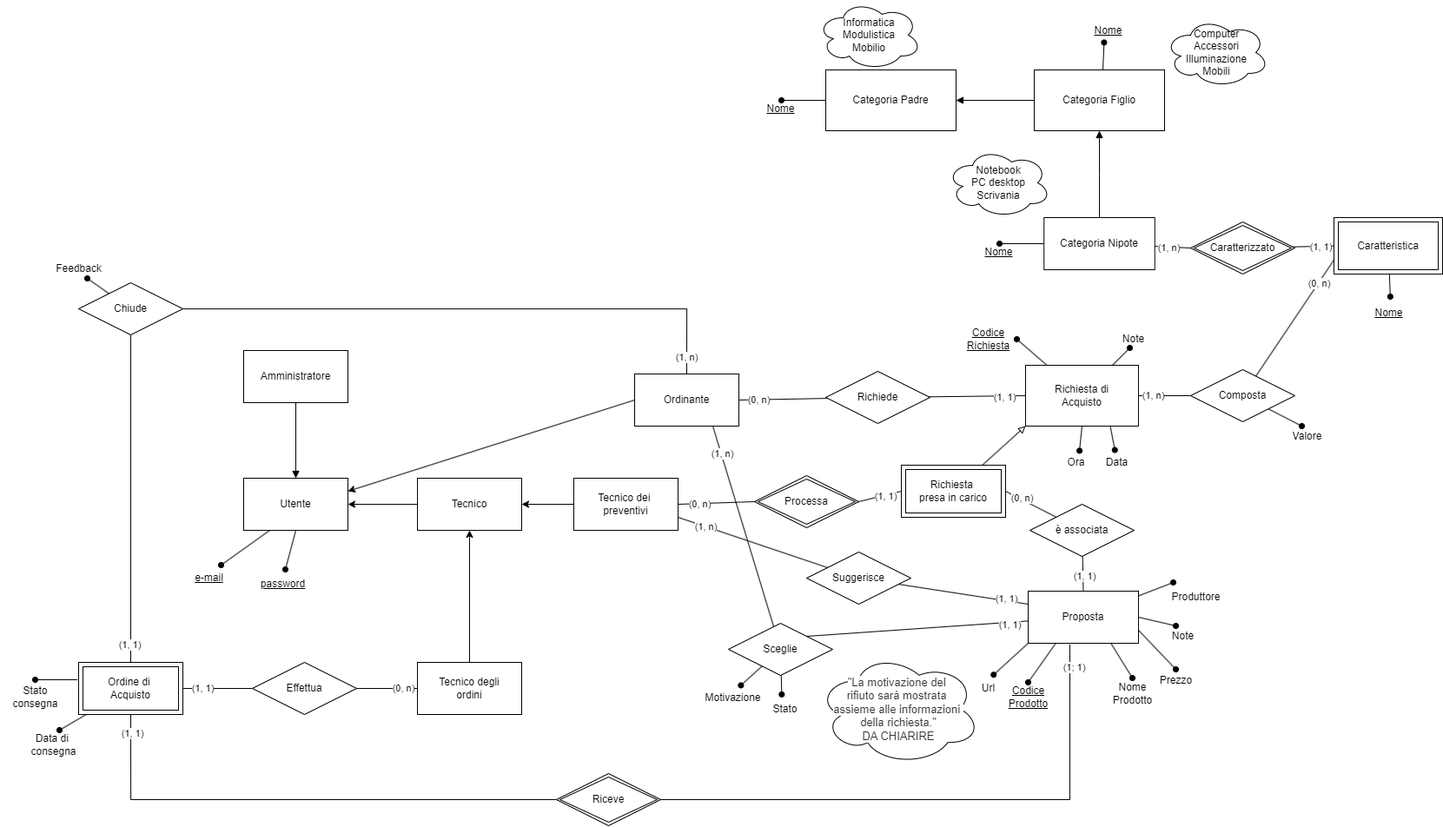
Mik1810/web_engineering keeps this draw.io diagram as docs/ER_WE.drawio.png. Above is the earlier version. Source tidied: cells renumbered, new cells last; positions are measured from the earlier drawing's top-left corner, leaving out a move shared by most shapes.
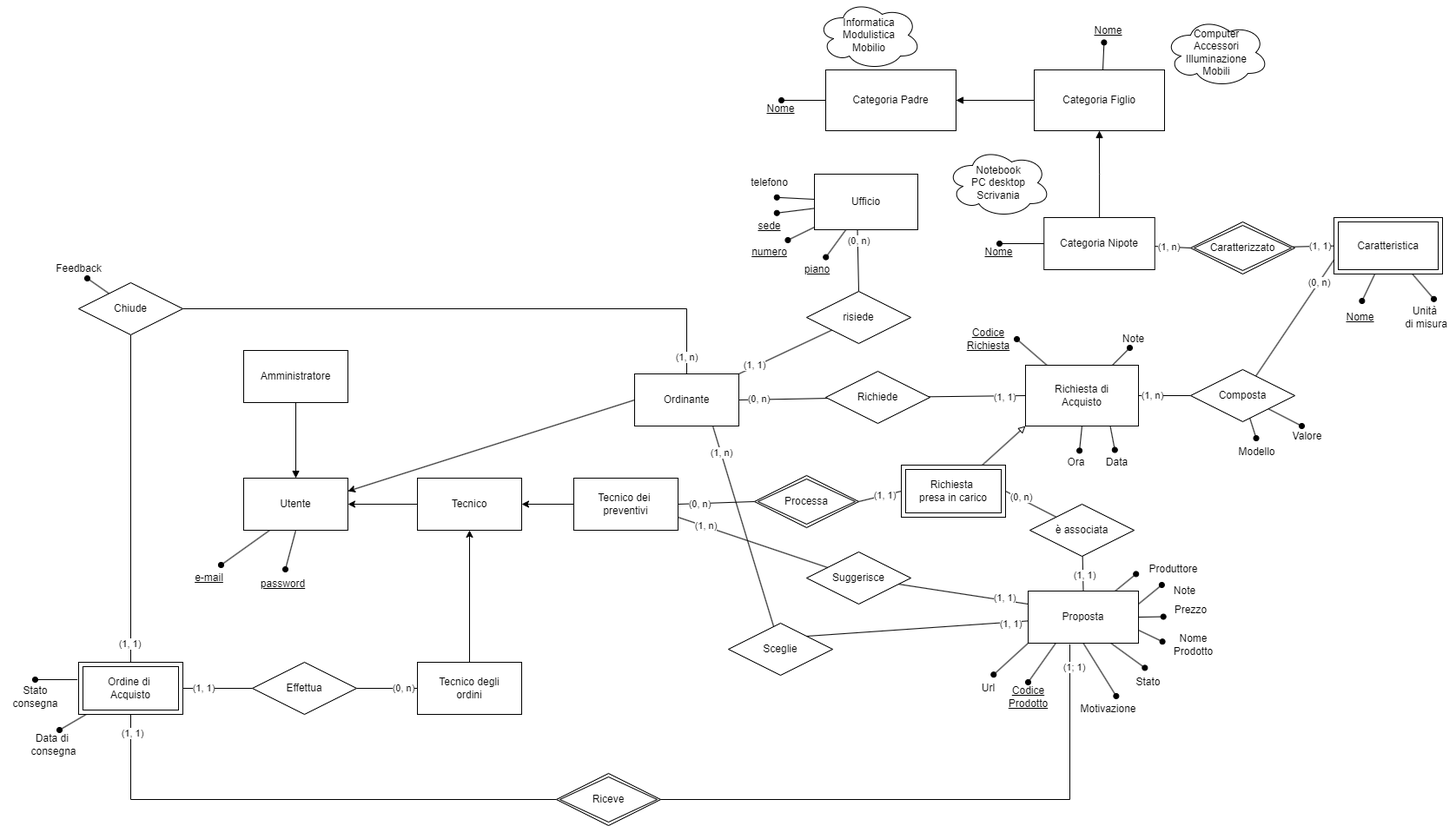
The same diagram one commit later.

Commit message:
Updated ER and ERR diagram

Diff of the diagram source:
```diff
@@ -69,7 +69,7 @@
       <mxGeometry x="1535" y="250" width="125" height="65" as="geometry" />
     </mxCell>
     <mxCell id="22" value="&lt;u&gt;Nome&lt;/u&gt;" style="text;html=1;align=center;verticalAlign=middle;points=[];strokeColor=none;fillColor=none;" parent="1" vertex="1">
-      <mxGeometry x="1567.5" y="345" width="60" height="30" as="geometry" />
+      <mxGeometry x="1535" y="350" width="60" height="30" as="geometry" />
     </mxCell>
     <mxCell id="23" style="rounded=0;jettySize=auto;html=1;entryX=0;entryY=0.75;entryDx=0;entryDy=0;endArrow=none;endFill=0;" parent="1" edge="1" source="26" target="21">
       <mxGeometry relative="1" as="geometry" />
@@ -84,16 +84,17 @@
         <mxPoint x="1498" y="490" as="targetPoint" />
       </mxGeometry>
     </mxCell>
+    <mxCell id="123" style="rounded=0;jettySize=auto;html=1;entryX=0.493;entryY=-0.032;entryDx=0;entryDy=0;entryPerimeter=0;endArrow=oval;endFill=1;" parent="1" edge="1" source="26" target="124">
+      <mxGeometry relative="1" as="geometry" />
+    </mxCell>
     <mxCell id="26" value="Composta" style="shape=rhombus;perimeter=rhombusPerimeter;whiteSpace=wrap;html=1;align=center;" parent="1" vertex="1">
       <mxGeometry x="1370" y="425" width="120" height="60" as="geometry" />
     </mxCell>
     <mxCell id="27" value="Note" style="text;html=1;align=center;verticalAlign=middle;strokeColor=none;fillColor=none;" parent="1" vertex="1">
       <mxGeometry x="1278.8" y="375" width="50" height="30" as="geometry" />
     </mxCell>
-    <mxCell id="28" style="rounded=0;jettySize=auto;html=1;endArrow=oval;endFill=1;" parent="1" edge="1" source="31">
-      <mxGeometry relative="1" as="geometry">
-        <mxPoint x="1350" y="670" as="targetPoint" />
-      </mxGeometry>
+    <mxCell id="28" style="rounded=0;jettySize=auto;html=1;endArrow=oval;endFill=1;entryX=-0.035;entryY=0.68;entryDx=0;entryDy=0;entryPerimeter=0;" parent="1" edge="1" source="31" target="32">
+      <mxGeometry relative="1" as="geometry" />
     </mxCell>
     <mxCell id="29" style="rounded=0;jettySize=auto;html=1;entryX=1;entryY=0;entryDx=0;entryDy=0;endArrow=none;endFill=0;" parent="1" edge="1" source="31" target="83">
       <mxGeometry relative="1" as="geometry" />
@@ -105,15 +106,13 @@
       <mxGeometry x="1183" y="680" width="127" height="60" as="geometry" />
     </mxCell>
     <mxCell id="32" value="Produttore" style="text;html=1;align=center;verticalAlign=middle;points=[];strokeColor=none;fillColor=none;" parent="1" vertex="1">
-      <mxGeometry x="1336" y="672" width="80" height="30" as="geometry" />
+      <mxGeometry x="1310" y="640" width="80" height="30" as="geometry" />
     </mxCell>
-    <mxCell id="33" style="rounded=0;jettySize=auto;html=1;endArrow=oval;endFill=1;exitX=0.75;exitY=1;exitDx=0;exitDy=0;" parent="1" edge="1" source="31">
-      <mxGeometry relative="1" as="geometry">
-        <mxPoint x="1303" y="780" as="targetPoint" />
-      </mxGeometry>
+    <mxCell id="33" style="rounded=0;jettySize=auto;html=1;endArrow=oval;endFill=1;exitX=1;exitY=0.75;exitDx=0;exitDy=0;entryX=-0.006;entryY=0.405;entryDx=0;entryDy=0;entryPerimeter=0;" parent="1" edge="1" source="31" target="34">
+      <mxGeometry relative="1" as="geometry" />
     </mxCell>
     <mxCell id="34" value="Nome &lt;br&gt;Prodotto" style="text;html=1;align=center;verticalAlign=middle;points=[];strokeColor=none;fillColor=none;" parent="1" vertex="1">
-      <mxGeometry x="1268" y="778" width="70" height="40" as="geometry" />
+      <mxGeometry x="1338" y="722" width="70" height="40" as="geometry" />
     </mxCell>
     <mxCell id="35" style="rounded=0;jettySize=auto;html=1;endArrow=oval;endFill=1;exitX=0.25;exitY=1;exitDx=0;exitDy=0;" parent="1" edge="1" source="31">
       <mxGeometry relative="1" as="geometry">
@@ -123,13 +122,11 @@
     <mxCell id="36" value="&lt;u&gt;Codice&lt;br&gt;Prodotto&lt;/u&gt;" style="text;html=1;align=center;verticalAlign=middle;strokeColor=none;fillColor=none;" parent="1" vertex="1">
       <mxGeometry x="1148" y="782" width="70" height="40" as="geometry" />
     </mxCell>
-    <mxCell id="37" style="rounded=0;jettySize=auto;html=1;endArrow=oval;endFill=1;exitX=1;exitY=0.75;exitDx=0;exitDy=0;" parent="1" edge="1" source="31">
-      <mxGeometry relative="1" as="geometry">
-        <mxPoint x="1353" y="770" as="targetPoint" />
-      </mxGeometry>
+    <mxCell id="37" style="rounded=0;jettySize=auto;html=1;endArrow=oval;endFill=1;exitX=1;exitY=0.5;exitDx=0;exitDy=0;entryX=-0.022;entryY=0.751;entryDx=0;entryDy=0;entryPerimeter=0;" parent="1" edge="1" source="31" target="38">
+      <mxGeometry relative="1" as="geometry" />
     </mxCell>
     <mxCell id="38" value="Prezzo" style="text;html=1;align=center;verticalAlign=middle;points=[];strokeColor=none;fillColor=none;" parent="1" vertex="1">
-      <mxGeometry x="1323" y="768" width="60" height="30" as="geometry" />
+      <mxGeometry x="1340" y="687" width="60" height="30" as="geometry" />
     </mxCell>
     <mxCell id="39" style="rounded=0;jettySize=auto;html=1;endArrow=oval;endFill=1;exitX=0;exitY=1;exitDx=0;exitDy=0;entryX=0.657;entryY=-0.026;entryDx=0;entryDy=0;entryPerimeter=0;" parent="1" edge="1" source="31" target="40">
       <mxGeometry relative="1" as="geometry" />
@@ -137,13 +134,11 @@
     <mxCell id="40" value="Url" style="text;html=1;align=center;verticalAlign=middle;points=[];strokeColor=none;fillColor=none;" parent="1" vertex="1">
       <mxGeometry x="1117" y="777" width="40" height="30" as="geometry" />
     </mxCell>
-    <mxCell id="41" style="rounded=0;jettySize=auto;html=1;endArrow=oval;endFill=1;exitX=1;exitY=0.5;exitDx=0;exitDy=0;" parent="1" edge="1" source="31">
-      <mxGeometry relative="1" as="geometry">
-        <mxPoint x="1353" y="720" as="targetPoint" />
-      </mxGeometry>
+    <mxCell id="41" style="rounded=0;jettySize=auto;html=1;endArrow=oval;endFill=1;exitX=1;exitY=0.25;exitDx=0;exitDy=0;entryX=-0.023;entryY=0.266;entryDx=0;entryDy=0;entryPerimeter=0;" parent="1" edge="1" source="31" target="42">
+      <mxGeometry relative="1" as="geometry" />
     </mxCell>
     <mxCell id="42" value="Note" style="text;html=1;align=center;verticalAlign=middle;points=[];strokeColor=none;fillColor=none;" parent="1" vertex="1">
-      <mxGeometry x="1336" y="717" width="50" height="30" as="geometry" />
+      <mxGeometry x="1338" y="665" width="50" height="30" as="geometry" />
     </mxCell>
     <mxCell id="43" style="rounded=0;jettySize=auto;html=1;entryX=1;entryY=0.5;entryDx=0;entryDy=0;endArrow=none;endFill=0;" parent="1" edge="1" source="47" target="74">
       <mxGeometry relative="1" as="geometry" />
@@ -261,24 +256,21 @@
     <mxCell id="80" value="(1, n)" style="edgeLabel;html=1;align=center;verticalAlign=middle;" parent="79" vertex="1">
       <mxGeometry x="0.74" relative="1" as="geometry" />
     </mxCell>
-    <mxCell id="81" style="rounded=0;jettySize=auto;html=1;endArrow=oval;endFill=1;entryX=0.427;entryY=-0.053;entryDx=0;entryDy=0;entryPerimeter=0;" parent="1" edge="1" source="83" target="84">
+    <mxCell id="81" style="rounded=0;jettySize=auto;html=1;endArrow=oval;endFill=1;entryX=0.427;entryY=-0.053;entryDx=0;entryDy=0;entryPerimeter=0;exitX=0.75;exitY=1;exitDx=0;exitDy=0;" parent="1" edge="1" source="31" target="84">
       <mxGeometry relative="1" as="geometry" />
     </mxCell>
-    <mxCell id="82" style="rounded=0;jettySize=auto;html=1;endArrow=oval;endFill=1;entryX=0.604;entryY=0.015;entryDx=0;entryDy=0;entryPerimeter=0;" parent="1" edge="1" source="83" target="85">
+    <mxCell id="82" style="rounded=0;jettySize=auto;html=1;endArrow=oval;endFill=1;entryX=0.604;entryY=0.015;entryDx=0;entryDy=0;entryPerimeter=0;exitX=0.5;exitY=1;exitDx=0;exitDy=0;" parent="1" edge="1" source="31" target="85">
       <mxGeometry relative="1" as="geometry" />
     </mxCell>
     <mxCell id="83" value="Sceglie" style="shape=rhombus;perimeter=rhombusPerimeter;whiteSpace=wrap;html=1;align=center;" parent="1" vertex="1">
       <mxGeometry x="838" y="717" width="120" height="60" as="geometry" />
     </mxCell>
     <mxCell id="84" value="Stato" style="text;html=1;align=center;verticalAlign=middle;points=[];strokeColor=none;fillColor=none;" parent="1" vertex="1">
-      <mxGeometry x="878" y="800.5" width="50" height="30" as="geometry" />
+      <mxGeometry x="1296" y="770" width="50" height="30" as="geometry" />
     </mxCell>
     <mxCell id="85" value="Motivazione" style="text;html=1;align=center;verticalAlign=middle;points=[];strokeColor=none;fillColor=none;" parent="1" vertex="1">
-      <mxGeometry x="798" y="788" width="90" height="30" as="geometry" />
+      <mxGeometry x="1230" y="800.5" width="90" height="30" as="geometry" />
     </mxCell>
-    <mxCell id="86" value="&lt;span style=&quot;color: rgb(51, 51, 51); font-family: &amp;quot;Helvetica Neue&amp;quot;, Helvetica, &amp;quot;Segoe UI&amp;quot;, Arial, freesans, sans-serif; text-align: left; background-color: rgb(255, 255, 255); font-size: 13px;&quot;&gt;&lt;font style=&quot;font-size: 13px;&quot;&gt;&quot;La motivazione del&amp;nbsp;&lt;/font&gt;&lt;/span&gt;&lt;div&gt;&lt;span style=&quot;color: rgb(51, 51, 51); font-family: &amp;quot;Helvetica Neue&amp;quot;, Helvetica, &amp;quot;Segoe UI&amp;quot;, Arial, freesans, sans-serif; text-align: left; background-color: rgb(255, 255, 255); font-size: 13px;&quot;&gt;&lt;font style=&quot;font-size: 13px;&quot;&gt;rifiuto&amp;nbsp;&lt;/font&gt;&lt;/span&gt;&lt;span style=&quot;font-size: 13px; background-color: rgb(255, 255, 255); color: rgb(51, 51, 51); font-family: &amp;quot;Helvetica Neue&amp;quot;, Helvetica, &amp;quot;Segoe UI&amp;quot;, Arial, freesans, sans-serif; text-align: left;&quot;&gt;sarà mostrata&amp;nbsp;&lt;/span&gt;&lt;/div&gt;&lt;div&gt;&lt;span style=&quot;font-size: 13px; background-color: rgb(255, 255, 255); color: rgb(51, 51, 51); font-family: &amp;quot;Helvetica Neue&amp;quot;, Helvetica, &amp;quot;Segoe UI&amp;quot;, Arial, freesans, sans-serif; text-align: left;&quot;&gt;assieme&amp;nbsp;&lt;/span&gt;&lt;span style=&quot;font-size: 13px; background-color: rgb(255, 255, 255); color: rgb(51, 51, 51); font-family: &amp;quot;Helvetica Neue&amp;quot;, Helvetica, &amp;quot;Segoe UI&amp;quot;, Arial, freesans, sans-serif; text-align: left;&quot;&gt;alle informazioni&amp;nbsp;&lt;/span&gt;&lt;div style=&quot;font-size: 13px;&quot;&gt;&lt;span style=&quot;color: rgb(51, 51, 51); font-family: &amp;quot;Helvetica Neue&amp;quot;, Helvetica, &amp;quot;Segoe UI&amp;quot;, Arial, freesans, sans-serif; text-align: left; background-color: rgb(255, 255, 255);&quot;&gt;&lt;font style=&quot;font-size: 13px;&quot;&gt;della richiesta.&quot;&lt;br&gt;DA CHIARIRE&lt;/font&gt;&lt;/span&gt;&lt;/div&gt;&lt;/div&gt;" style="ellipse;shape=cloud;whiteSpace=wrap;html=1;" parent="1" vertex="1">
-      <mxGeometry x="940" y="751" width="188" height="129" as="geometry" />
-    </mxCell>
     <mxCell id="87" value="Tecnico dei&amp;nbsp;&lt;div&gt;preventivi&lt;/div&gt;" style="rounded=0;whiteSpace=wrap;html=1;" parent="1" vertex="1">
       <mxGeometry x="660" y="550" width="120" height="60" as="geometry" />
     </mxCell>
@@ -397,5 +389,62 @@
     <mxCell id="122" value="Data di&amp;nbsp;&lt;div&gt;consegna&lt;/div&gt;" style="text;html=1;align=center;verticalAlign=middle;strokeColor=none;fillColor=none;" parent="1" vertex="1">
       <mxGeometry x="21" y="837" width="80" height="40" as="geometry" />
     </mxCell>
+    <mxCell id="124" value="Modello" style="text;html=1;align=center;verticalAlign=middle;points=[];strokeColor=none;fillColor=none;" parent="1" vertex="1">
+      <mxGeometry x="1411" y="505" width="70" height="30" as="geometry" />
+    </mxCell>
+    <mxCell id="125" value="Unità&amp;nbsp;&lt;div&gt;di misura&lt;/div&gt;" style="text;html=1;align=center;verticalAlign=middle;points=[];strokeColor=none;fillColor=none;" parent="1" vertex="1">
+      <mxGeometry x="1606" y="345" width="70" height="40" as="geometry" />
+    </mxCell>
+    <mxCell id="126" style="rounded=0;jettySize=auto;html=1;entryX=0.629;entryY=-0.03;entryDx=0;entryDy=0;entryPerimeter=0;endArrow=oval;endFill=1;" parent="1" edge="1" source="21" target="125">
+      <mxGeometry relative="1" as="geometry" />
+    </mxCell>
+    <mxCell id="127" style="rounded=0;jettySize=auto;html=1;endArrow=oval;endFill=1;entryX=0.625;entryY=1.06;entryDx=0;entryDy=0;entryPerimeter=0;" parent="1" edge="1" source="131" target="132">
+      <mxGeometry relative="1" as="geometry" />
+    </mxCell>
+    <mxCell id="128" style="rounded=0;jettySize=auto;html=1;endArrow=oval;endFill=1;entryX=0.704;entryY=0.02;entryDx=0;entryDy=0;entryPerimeter=0;" parent="1" edge="1" source="131" target="133">
+      <mxGeometry relative="1" as="geometry" />
+    </mxCell>
+    <mxCell id="129" style="rounded=0;jettySize=auto;html=1;endArrow=oval;endFill=1;entryX=0.857;entryY=0.033;entryDx=0;entryDy=0;entryPerimeter=0;" parent="1" edge="1" source="131" target="134">
+      <mxGeometry relative="1" as="geometry" />
+    </mxCell>
+    <mxCell id="130" style="rounded=0;jettySize=auto;html=1;endArrow=oval;endFill=1;entryX=0.675;entryY=-0.008;entryDx=0;entryDy=0;entryPerimeter=0;" parent="1" edge="1" source="131" target="135">
+      <mxGeometry relative="1" as="geometry" />
+    </mxCell>
+    <mxCell id="131" value="Ufficio" style="rounded=0;whiteSpace=wrap;html=1;" parent="1" vertex="1">
+      <mxGeometry x="937" y="200" width="119" height="64" as="geometry" />
+    </mxCell>
+    <mxCell id="132" value="telefono" style="text;html=1;align=center;verticalAlign=middle;points=[];strokeColor=none;fillColor=none;" parent="1" vertex="1">
+      <mxGeometry x="850" y="195" width="70" height="30" as="geometry" />
+    </mxCell>
+    <mxCell id="133" value="&lt;u&gt;piano&lt;/u&gt;" style="text;html=1;align=center;verticalAlign=middle;points=[];strokeColor=none;fillColor=none;" parent="1" vertex="1">
+      <mxGeometry x="915" y="295" width="50" height="30" as="geometry" />
+    </mxCell>
+    <mxCell id="134" value="&lt;u&gt;numero&lt;/u&gt;" style="text;html=1;align=center;verticalAlign=middle;points=[];strokeColor=none;fillColor=none;" parent="1" vertex="1">
+      <mxGeometry x="855" y="275" width="60" height="30" as="geometry" />
+    </mxCell>
+    <mxCell id="135" value="&lt;u&gt;sede&lt;/u&gt;" style="text;html=1;align=center;verticalAlign=middle;points=[];strokeColor=none;fillColor=none;" parent="1" vertex="1">
+      <mxGeometry x="860" y="245" width="50" height="30" as="geometry" />
+    </mxCell>
+    <mxCell id="136" style="rounded=0;jettySize=auto;html=1;entryX=0.5;entryY=1;entryDx=0;entryDy=0;endArrow=none;endFill=0;exitX=0.5;exitY=0;exitDx=0;exitDy=0;" parent="1" edge="1" source="140">
+      <mxGeometry relative="1" as="geometry">
+        <mxPoint x="986.5" y="264" as="targetPoint" />
+      </mxGeometry>
+    </mxCell>
+    <mxCell id="137" value="(0, n)" style="edgeLabel;html=1;align=center;verticalAlign=middle;" parent="136" vertex="1">
+      <mxGeometry x="0.7" relative="1" as="geometry">
+        <mxPoint x="1" y="1" as="offset" />
+      </mxGeometry>
+    </mxCell>
+    <mxCell id="138" style="rounded=0;jettySize=auto;html=1;entryX=1;entryY=0;entryDx=0;entryDy=0;endArrow=none;endFill=0;" parent="1" edge="1" source="140" target="56">
+      <mxGeometry relative="1" as="geometry" />
+    </mxCell>
+    <mxCell id="139" value="(1, 1)" style="edgeLabel;html=1;align=center;verticalAlign=middle;" parent="138" vertex="1">
+      <mxGeometry x="0.8" y="1" relative="1" as="geometry">
+        <mxPoint x="6" y="-6" as="offset" />
+      </mxGeometry>
+    </mxCell>
+    <mxCell id="140" value="risiede" style="shape=rhombus;perimeter=rhombusPerimeter;whiteSpace=wrap;html=1;align=center;" parent="1" vertex="1">
+      <mxGeometry x="928" y="335" width="120" height="60" as="geometry" />
+    </mxCell>
   </root>
 </mxGraphModel>
```
